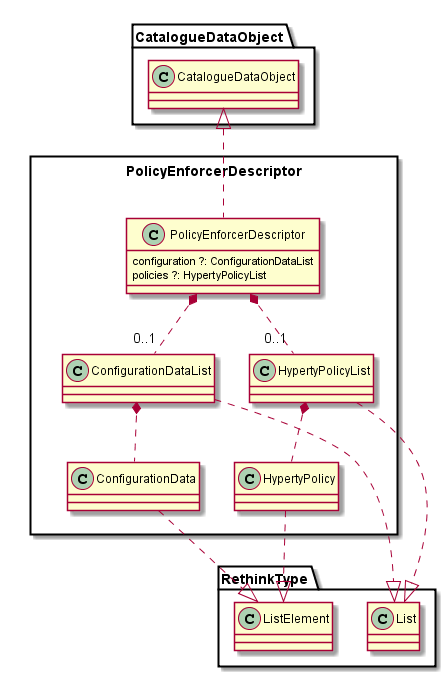
Above: docs/datamodel/Policy-Enforcer-Descriptor-Data-Object-Model.png in reTHINK-project/dev-service-framework (PlantUML), before the change.
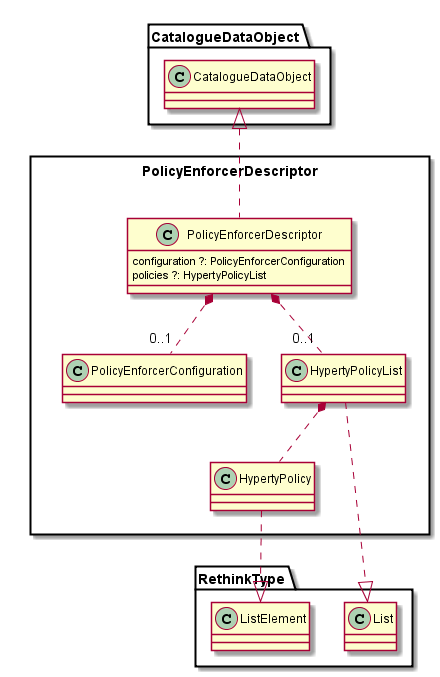
Later version of the same file.

Commit message:
Hyperty Catalogue update replacing constraints and configuration arrays of json objects by single json objects

What changed in the source:
```diff
@@ -4,15 +4,13 @@
 
 
 	class PolicyEnforcerDescriptor {
-		configuration ?: ConfigurationDataList
+		configuration ?: PolicyEnforcerConfiguration
 		policies ?: HypertyPolicyList
 	}
 
-	class ConfigurationDataList {
+	class PolicyEnforcerConfiguration {
 	}
 
-	class ConfigurationData {
-	}
 
 	class HypertyPolicyList {
 	}
@@ -24,16 +22,13 @@
 	PolicyEnforcerDescriptor .up.|> CatalogueDataObject.CatalogueDataObject
 
 	PolicyEnforcerDescriptor *.. "0..1" HypertyPolicyList
-	PolicyEnforcerDescriptor *.. "0..1" ConfigurationDataList
+	PolicyEnforcerDescriptor *.. "0..1" PolicyEnforcerConfiguration
 
 	HypertyPolicyList *.. HypertyPolicy
-	ConfigurationDataList *.. ConfigurationData
 
 	HypertyPolicyList .down.|> RethinkType.List
-	ConfigurationDataList .down.|> RethinkType.List
 
 	HypertyPolicy .down.|> RethinkType.ListElement
-	ConfigurationData .down.|> RethinkType.ListElement
 
 }
 
```
